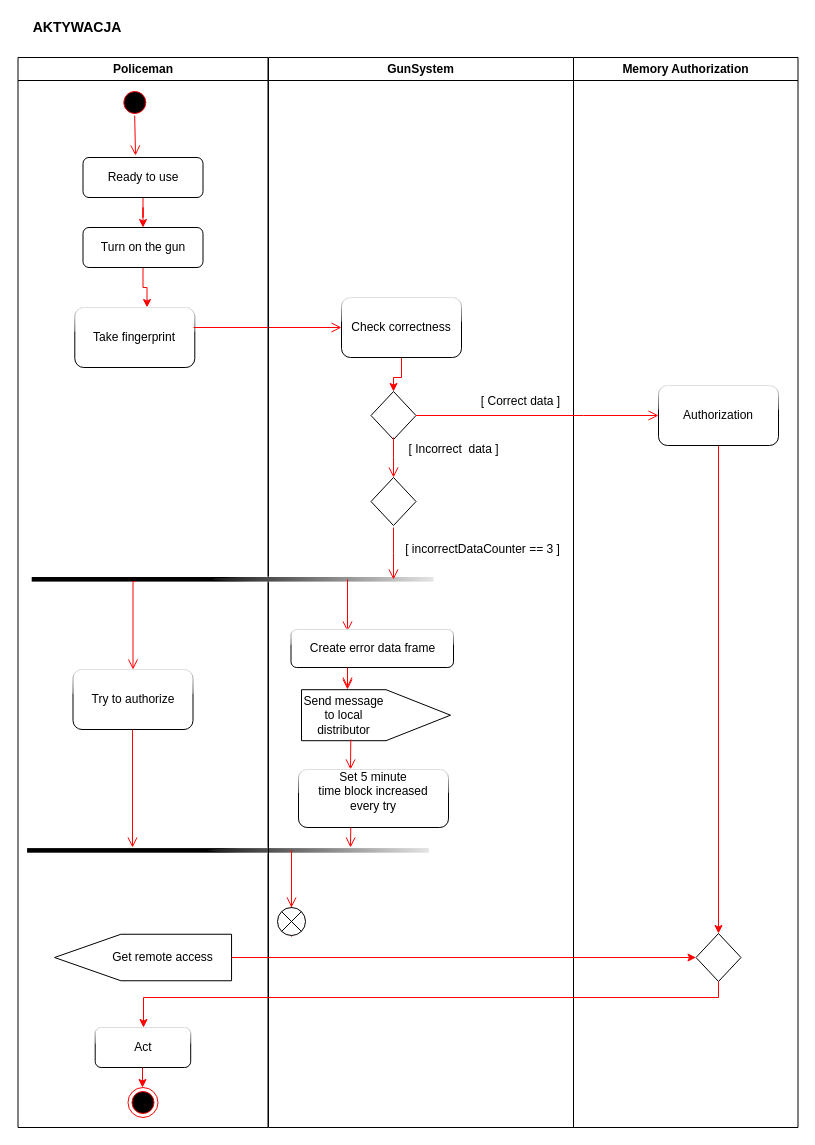
This is smart_gun_activity_diagram.drawio from mardyr/UML-and-diagrams, a draw.io file, before an edit. Source tidied: cells renumbered, new cells numbered last; positions are measured from the earlier drawing's top-left corner, leaving out a move shared by most shapes. Both pictures are drawn from the tidied source at 100%, with x=0, y=0 at pixel (17, 17).
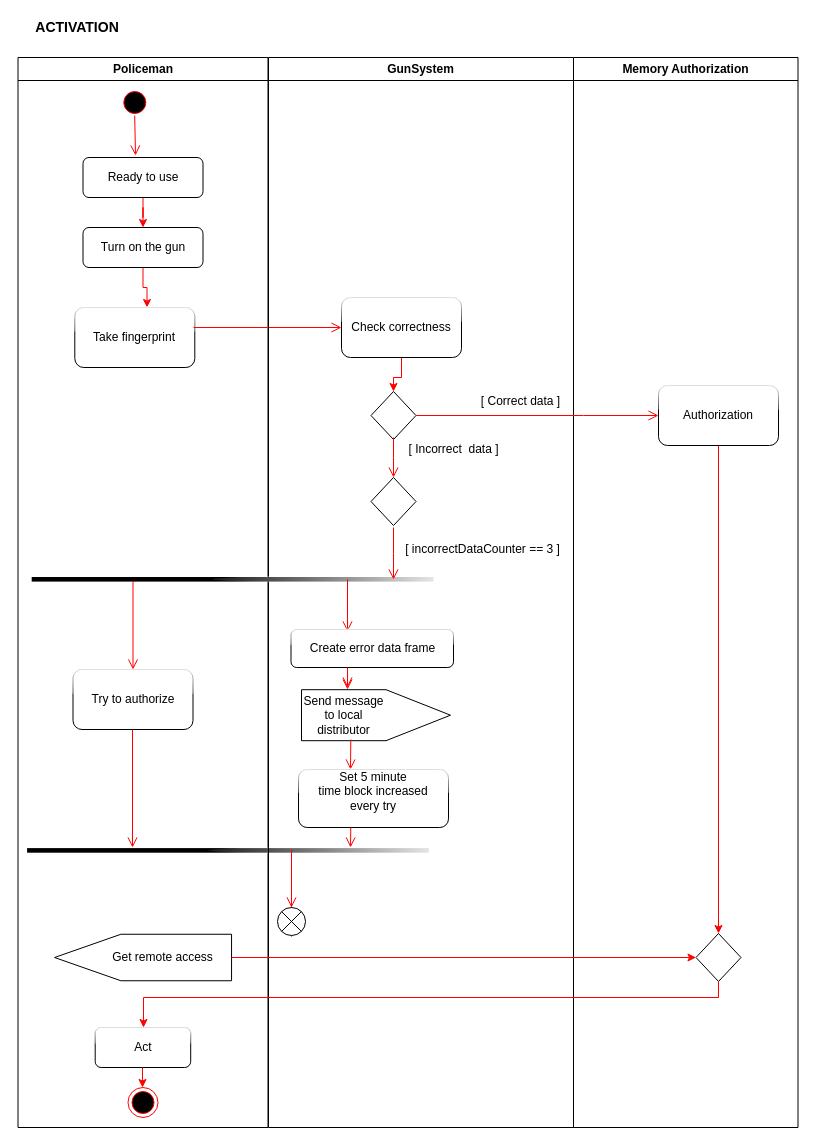
The same diagram, later.

Diff of the diagram source:
```diff
@@
-    <mxCell id="41" value="&lt;b&gt;&lt;font style=&quot;font-size: 14px&quot;&gt;AKTYWACJA&lt;/font&gt;&lt;/b&gt;" style="text;html=1;strokeColor=none;fillColor=none;align=center;verticalAlign=middle;whiteSpace=wrap;rounded=0;glass=1;" parent="1" vertex="1">
+    <mxCell id="41" value="&lt;b&gt;&lt;font style=&quot;font-size: 14px&quot;&gt;ACTIVATION&lt;/font&gt;&lt;/b&gt;" style="text;html=1;strokeColor=none;fillColor=none;align=center;verticalAlign=middle;whiteSpace=wrap;rounded=0;glass=1;" parent="1" vertex="1">
       <mxGeometry x="40" width="40" height="20" as="geometry" />
     </mxCell>
```
